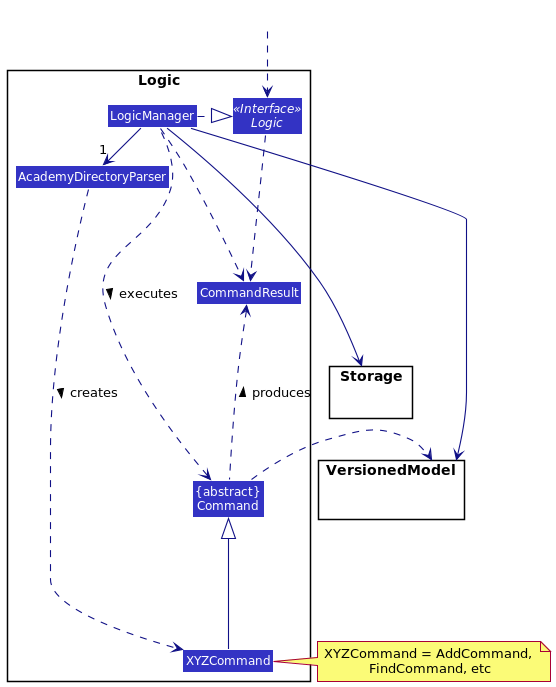
Earlier version of the PlantUML export docs/images/dg/architecture/logic/LogicClassDiagram.png (nus-cs2103-AY2122S1/tp).
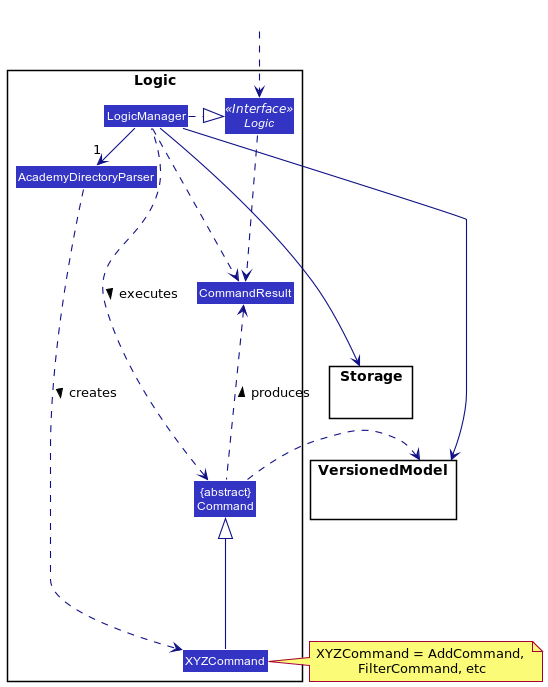
Above is the later version.

Diff of the diagram source:
```diff
@@ -38,7 +38,7 @@
 Storage --[hidden] VersionedModel
 Command .[hidden]up.> Storage
 Command .right.> VersionedModel
-note right of XYZCommand: XYZCommand = AddCommand, \nFindCommand, etc
+note right of XYZCommand: XYZCommand = AddCommand, \nFilterCommand, etc
 
 Logic ..> CommandResult
 LogicManager .down.> CommandResult
```
